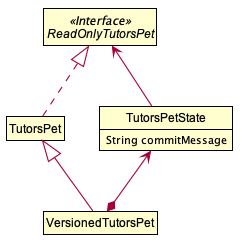
The PlantUML diagram docs/images/TutorsPetState.png in ypinhsuan/tp, before a commit. Its diagram source:
```plantuml
@startuml








skinparam BackgroundColor #FFFFFFF

skinparam Shadowing false

skinparam Class {
    FontColor #FFFFFF
    BorderThickness 1
    BorderColor #FFFFFF
    StereotypeFontColor #FFFFFF
    FontName Arial
}

skinparam Actor {
    BorderColor #000000
    Color #000000
    FontName Arial
}

skinparam Sequence {
    MessageAlign center
    BoxFontSize 15
    BoxPadding 0
    BoxFontColor #FFFFFF
    FontName Arial
}

skinparam Participant {
    FontColor #FFFFFFF
    Padding 20
}

skinparam MinClassWidth 50
skinparam ParticipantPadding 10
skinparam Shadowing false
skinparam DefaultTextAlignment center
skinparam packageStyle Rectangle

hide footbox
hide members
hide circle
skinparam arrowThickness 1.1
skinparam ClassStereotypeFontColor #000000
skinparam ClassFontColor #000000
skinparam ClassBorderColor #000000
show members
hide empty members

Class TutorsPetState {
    {field} String commitMessage
}
Interface ReadOnlyTutorsPet <<Interface>>
Class TutorsPet
Class VersionedTutorsPet

TutorsPetState -up-> ReadOnlyTutorsPet
TutorsPet -right[hidden]- TutorsPetState
TutorsPet .up.|> ReadOnlyTutorsPet
VersionedTutorsPet -up-|> TutorsPet
VersionedTutorsPet *-up-> TutorsPetState
@enduml
```
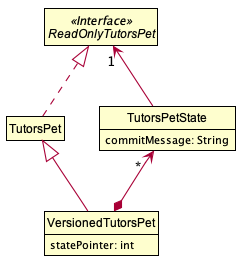
Later version of the same file.

Diff of the diagram source:
```diff
@@ -55,15 +55,17 @@
 hide empty members
 
 Class TutorsPetState {
-    {field} String commitMessage
+    {field} commitMessage: String
 }
 Interface ReadOnlyTutorsPet <<Interface>>
 Class TutorsPet
-Class VersionedTutorsPet
+Class VersionedTutorsPet {
+    {field} statePointer: int
+}
 
-TutorsPetState -up-> ReadOnlyTutorsPet
+TutorsPetState -up-> "1" ReadOnlyTutorsPet
 TutorsPet -right[hidden]- TutorsPetState
 TutorsPet .up.|> ReadOnlyTutorsPet
 VersionedTutorsPet -up-|> TutorsPet
-VersionedTutorsPet *-up-> TutorsPetState
+VersionedTutorsPet *-up-> "                 *" TutorsPetState
 @enduml
```
